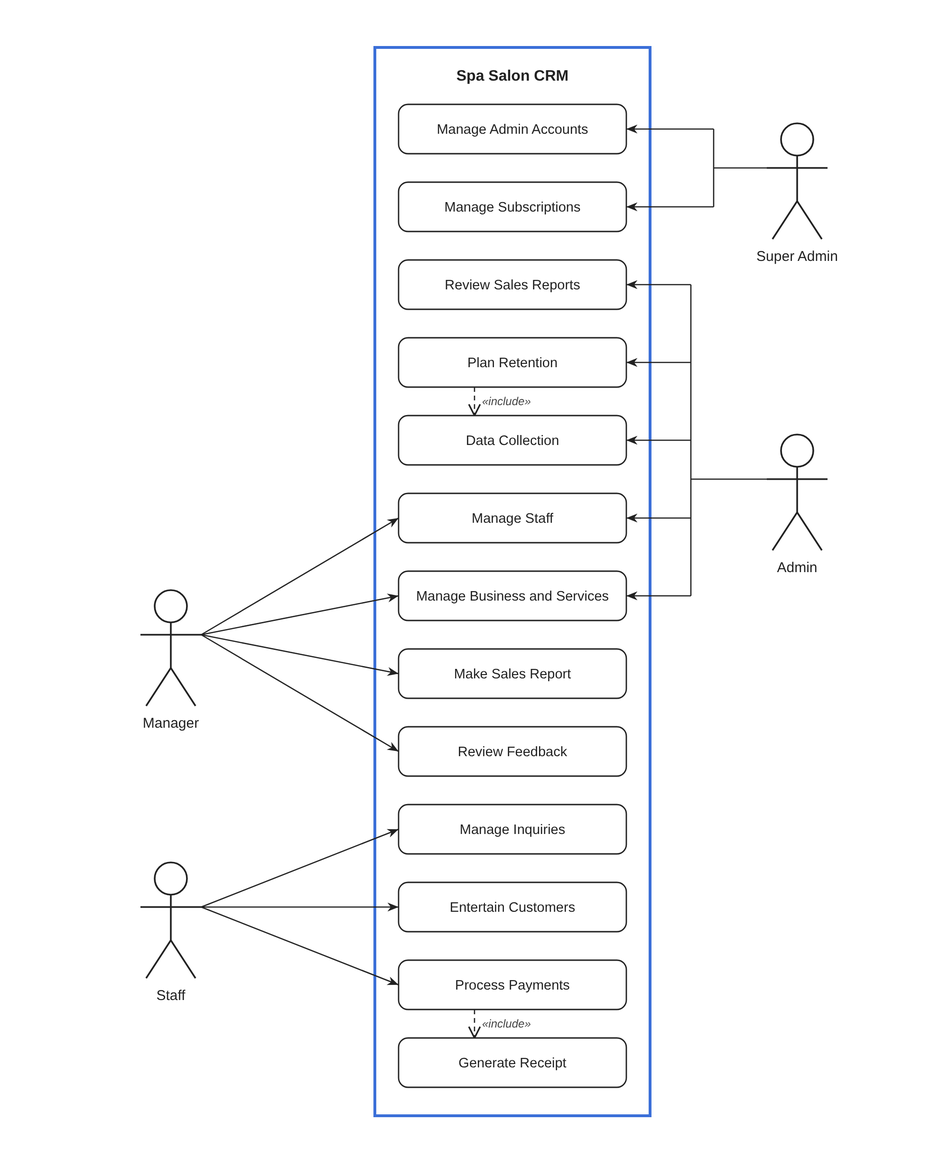
Earlier version of the PlantUML export docs/spa-salon-crm/use-case-diagram.png (dariusagbon/Rich_Portfolio). Its source is kept beside it as docs/spa-salon-crm/use-case-diagram.puml.
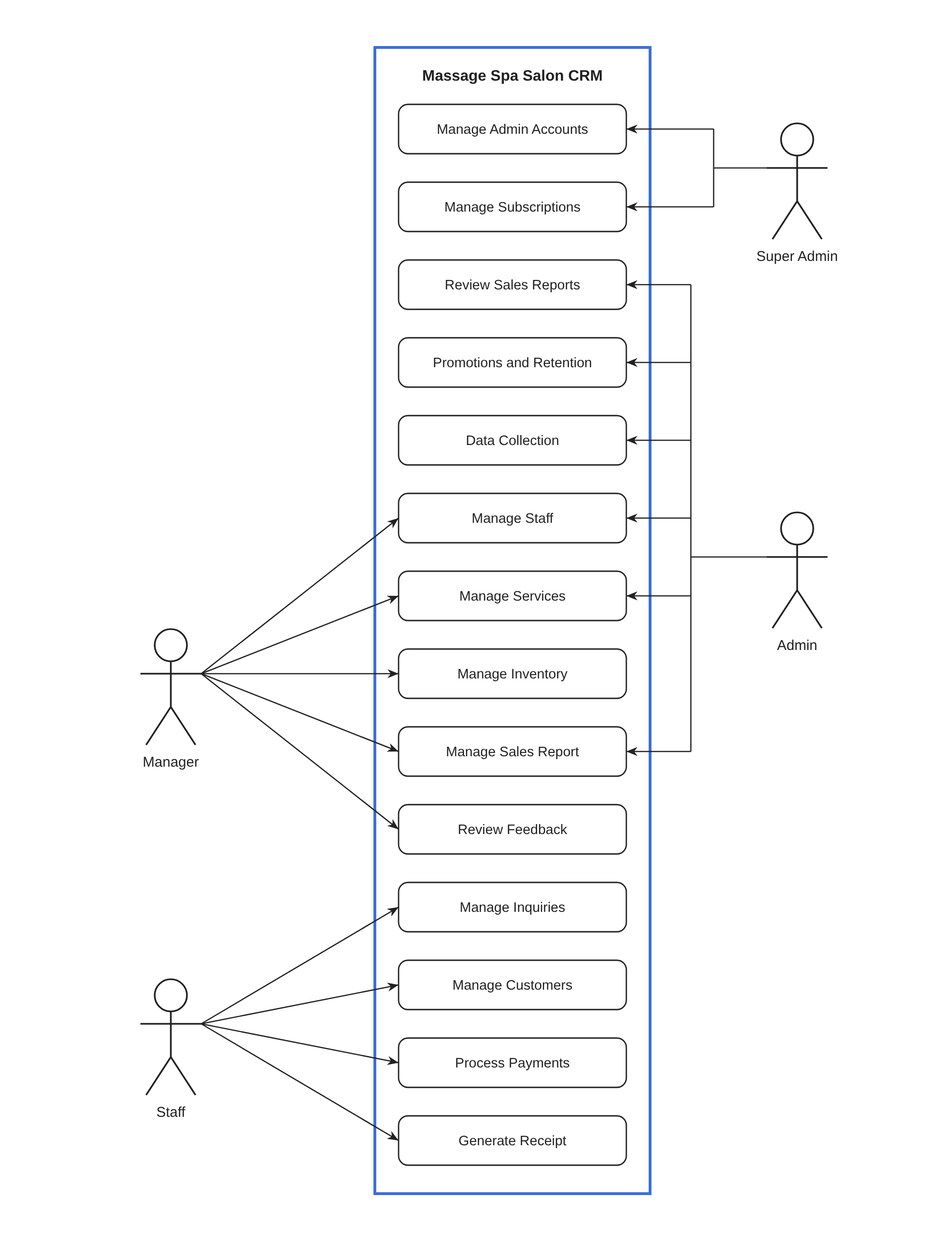
The same file after the commit.

Commit message:
Update use cases to match the draw.io revision and add USE CASE page

Diff of the diagram source:
```diff
@@ -1,48 +1,42 @@
-@startuml Spa Salon CRM - Use Case Diagram
+@startuml Massage Spa Salon CRM - Use Case Diagram
 left to right direction
-skinparam usecase { BackgroundColor White
-  BorderColor #222 }
-skinparam rectangle { BackgroundColor #FBF7FA }
-
 actor "Super Admin" as SuperAdmin
 actor "Admin" as Admin
 actor "Manager" as Manager
 actor "Staff" as Staff
 
-rectangle "Spa Salon CRM (C# / .NET)" {
-  usecase "Manage Admin Accounts" as UC1
-  usecase "Manage Subscriptions" as UC2
-  usecase "Review Sales Reports" as UC3
-  usecase "Plan Retention" as UC4
-  usecase "Data Collection" as UC5
-  usecase "Manage Staff" as UC6
-  usecase "Manage Business and Services" as UC13
-  usecase "Make Sales Report" as UC7
-  usecase "Review Feedback" as UC8
-  usecase "Manage Inquiries" as UC9
-  usecase "Entertain Customers" as UC10
-  usecase "Process Payments" as UC11
-  usecase "Generate Receipt" as UC12
+rectangle "Massage Spa Salon CRM" {
+  usecase "Manage Admin Accounts" as UC0
+  usecase "Manage Subscriptions" as UC1
+  usecase "Review Sales Reports" as UC2
+  usecase "Promotions and Retention" as UC3
+  usecase "Data Collection" as UC4
+  usecase "Manage Staff" as UC5
+  usecase "Manage Services" as UC6
+  usecase "Manage Inventory" as UC7
+  usecase "Manage Sales Report" as UC8
+  usecase "Review Feedback" as UC9
+  usecase "Manage Inquiries" as UC10
+  usecase "Manage Customers" as UC11
+  usecase "Process Payments" as UC12
+  usecase "Generate Receipt" as UC13
 }
 
+SuperAdmin -- UC0
 SuperAdmin -- UC1
-SuperAdmin -- UC2
-
+Admin -- UC2
 Admin -- UC3
 Admin -- UC4
 Admin -- UC5
 Admin -- UC6
-Admin -- UC13
-
+Admin -- UC8
+UC5 -- Manager
 UC6 -- Manager
-UC13 -- Manager
 UC7 -- Manager
 UC8 -- Manager
-
-UC9 -- Staff
+UC9 -- Manager
 UC10 -- Staff
 UC11 -- Staff
-
-UC4 ..> UC5 : <<include>>
-UC11 ..> UC12 : <<include>>
+UC12 -- Staff
+UC13 -- Staff
 @enduml
```
